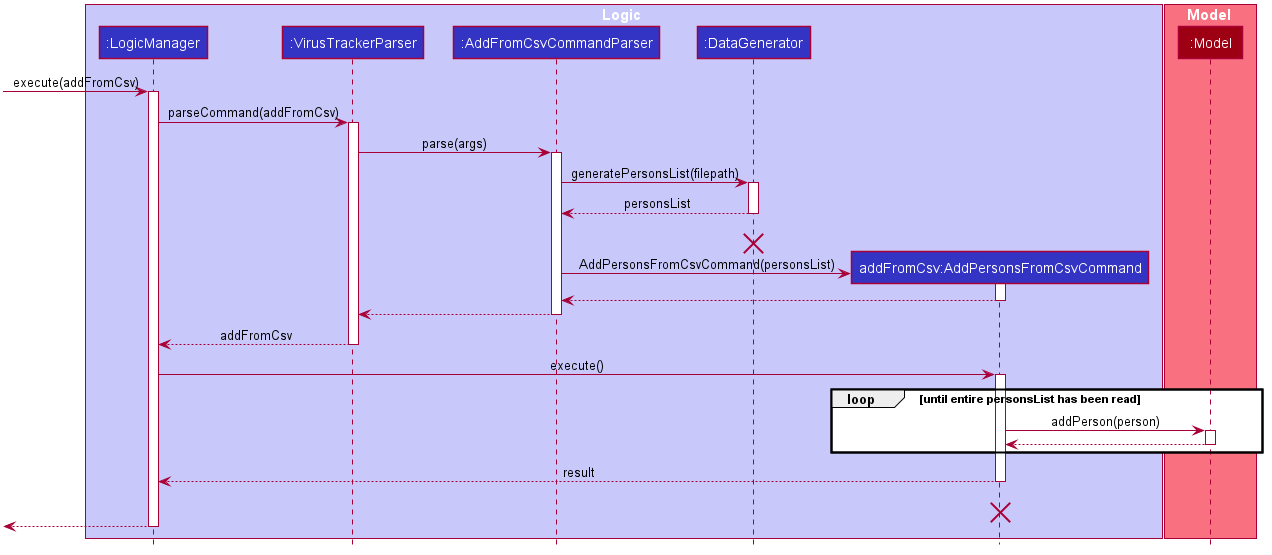
The PlantUML diagram docs/images/AddFromCsvSequenceDiagram.png in siangernlow/tp, before a commit. Its diagram source:
```plantuml
@startuml








skinparam BackgroundColor #FFFFFFF

skinparam Shadowing false

skinparam Class {
    FontColor #FFFFFF
    BorderThickness 1
    BorderColor #FFFFFF
    StereotypeFontColor #FFFFFF
    FontName Arial
}

skinparam Actor {
    BorderColor #000000
    Color #000000
    FontName Arial
}

skinparam Sequence {
    MessageAlign center
    BoxFontSize 15
    BoxPadding 0
    BoxFontColor #FFFFFF
    FontName Arial
}

skinparam Participant {
    FontColor #FFFFFFF
    Padding 20
}

skinparam MinClassWidth 50
skinparam ParticipantPadding 10
skinparam Shadowing false
skinparam DefaultTextAlignment center
skinparam packageStyle Rectangle

hide footbox
hide members
hide circle

box Logic #C8C8FA
participant ":LogicManager" as LogicManager #3333C4
participant ":VirusTrackerParser" as VirusTrackerParser #3333C4
participant ":AddFromCsvCommandParser" as AddFromCsvCommandParser #3333C4
participant ":DataGenerator" as DataGenerator #3333C4
participant "addFromCsv:AddPersonsFromCsvCommand" as AddPersonsFromCsvCommand #3333C4
end box

box Model #F97181
participant ":Model" as Model #9D0012
end box

[-> LogicManager : execute(addFromCsv)
activate LogicManager

LogicManager -> VirusTrackerParser : parseCommand(addFromCsv)
activate VirusTrackerParser

VirusTrackerParser -> AddFromCsvCommandParser : parse(args)
activate AddFromCsvCommandParser

AddFromCsvCommandParser -> DataGenerator : generatePersonsList(filepath)
activate DataGenerator

DataGenerator --> AddFromCsvCommandParser : personsList
deactivate DataGenerator
DataGenerator -[hidden]-> AddFromCsvCommandParser : personsList
destroy DataGenerator

create AddPersonsFromCsvCommand
AddFromCsvCommandParser -> AddPersonsFromCsvCommand : AddPersonsFromCsvCommand(personsList)
activate AddPersonsFromCsvCommand

AddPersonsFromCsvCommand --> AddFromCsvCommandParser
deactivate AddPersonsFromCsvCommand

AddFromCsvCommandParser --> VirusTrackerParser
deactivate AddFromCsvCommandParser

VirusTrackerParser --> LogicManager : addFromCsv
deactivate VirusTrackerParser

LogicManager -> AddPersonsFromCsvCommand : execute()
activate AddPersonsFromCsvCommand

loop until entire personsList has been read
    AddPersonsFromCsvCommand -> Model : addPerson(person)
    activate Model

    Model --> AddPersonsFromCsvCommand
    deactivate Model
end



AddPersonsFromCsvCommand --> LogicManager : result
deactivate AddPersonsFromCsvCommand

AddPersonsFromCsvCommand -[hidden]-> LogicManager : result
destroy AddPersonsFromCsvCommand

[<--LogicManager
deactivate LogicManager
@enduml
```
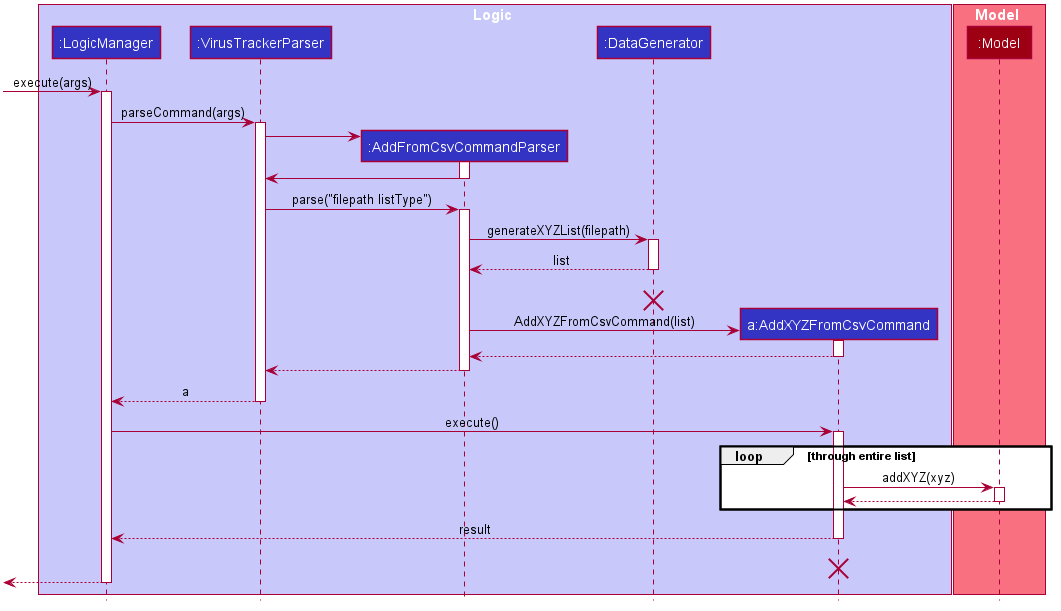
After the change.

Commit message:
Fix diagram for section on adding from CSV

The edit, as a diff of the source:
```diff
@@ -53,61 +53,67 @@
 participant ":VirusTrackerParser" as VirusTrackerParser #3333C4
 participant ":AddFromCsvCommandParser" as AddFromCsvCommandParser #3333C4
 participant ":DataGenerator" as DataGenerator #3333C4
-participant "addFromCsv:AddPersonsFromCsvCommand" as AddPersonsFromCsvCommand #3333C4
+participant "a:AddXYZFromCsvCommand" as AddXYZFromCsvCommand #3333C4
 end box
 
 box Model #F97181
 participant ":Model" as Model #9D0012
 end box
 
-[-> LogicManager : execute(addFromCsv)
+[-> LogicManager : execute(args)
 activate LogicManager
 
-LogicManager -> VirusTrackerParser : parseCommand(addFromCsv)
+LogicManager -> VirusTrackerParser : parseCommand(args)
 activate VirusTrackerParser
 
-VirusTrackerParser -> AddFromCsvCommandParser : parse(args)
+create AddFromCsvCommandParser
+VirusTrackerParser -> AddFromCsvCommandParser
 activate AddFromCsvCommandParser
 
-AddFromCsvCommandParser -> DataGenerator : generatePersonsList(filepath)
+AddFromCsvCommandParser -> VirusTrackerParser
+deactivate AddFromCsvCommandParser
+
+VirusTrackerParser -> AddFromCsvCommandParser : parse("filepath listType")
+activate AddFromCsvCommandParser
+
+AddFromCsvCommandParser -> DataGenerator : generateXYZList(filepath)
 activate DataGenerator
 
-DataGenerator --> AddFromCsvCommandParser : personsList
+DataGenerator --> AddFromCsvCommandParser : list
 deactivate DataGenerator
-DataGenerator -[hidden]-> AddFromCsvCommandParser : personsList
+
+DataGenerator -[hidden]-> AddFromCsvCommandParser : list
 destroy DataGenerator
 
-create AddPersonsFromCsvCommand
-AddFromCsvCommandParser -> AddPersonsFromCsvCommand : AddPersonsFromCsvCommand(personsList)
-activate AddPersonsFromCsvCommand
+create AddXYZFromCsvCommand
+AddFromCsvCommandParser -> AddXYZFromCsvCommand : AddXYZFromCsvCommand(list)
+activate AddXYZFromCsvCommand
 
-AddPersonsFromCsvCommand --> AddFromCsvCommandParser
-deactivate AddPersonsFromCsvCommand
+AddXYZFromCsvCommand --> AddFromCsvCommandParser
+deactivate AddXYZFromCsvCommand
 
 AddFromCsvCommandParser --> VirusTrackerParser
 deactivate AddFromCsvCommandParser
 
-VirusTrackerParser --> LogicManager : addFromCsv
+VirusTrackerParser --> LogicManager : a
 deactivate VirusTrackerParser
 
-LogicManager -> AddPersonsFromCsvCommand : execute()
-activate AddPersonsFromCsvCommand
+LogicManager -> AddXYZFromCsvCommand : execute()
+activate AddXYZFromCsvCommand
 
-loop until entire personsList has been read
-    AddPersonsFromCsvCommand -> Model : addPerson(person)
+loop through entire list
+    AddXYZFromCsvCommand -> Model : addXYZ(xyz)
     activate Model
 
-    Model --> AddPersonsFromCsvCommand
+    Model --> AddXYZFromCsvCommand
     deactivate Model
 end
 
+AddXYZFromCsvCommand --> LogicManager : result
+deactivate AddXYZFromCsvCommand
 
-
-AddPersonsFromCsvCommand --> LogicManager : result
-deactivate AddPersonsFromCsvCommand
-
-AddPersonsFromCsvCommand -[hidden]-> LogicManager : result
-destroy AddPersonsFromCsvCommand
+AddXYZFromCsvCommand -[hidden]-> LogicManager : result
+destroy AddXYZFromCsvCommand
 
 [<--LogicManager
 deactivate LogicManager
```
